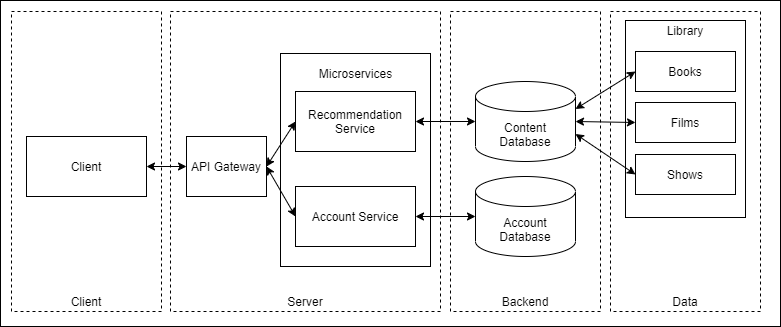
JotaFilip/cn-g keeps this draw.io diagram as app/api/report/images/CloudNativeAppArchitectureV1.png. Above is the earlier version. Source tidied: cells renumbered, new cells last; positions are measured from the earlier drawing's top-left corner, leaving out a move shared by most shapes.
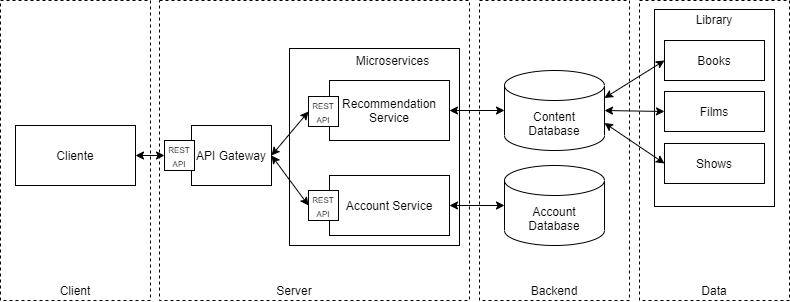
The same diagram one commit later.

Diff of the diagram source:
```diff
@@ -2,98 +2,101 @@
   <root>
     <mxCell id="0" />
     <mxCell id="1" parent="0" />
-    <mxCell id="2" style="group;" parent="1" vertex="1">
-      <mxGeometry width="780" height="326" as="geometry" />
-    </mxCell>
-    <mxCell id="3" style="rounded=0;whiteSpace=wrap;html=1;" parent="2" vertex="1">
-      <mxGeometry width="780" height="326" as="geometry" />
-    </mxCell>
-    <mxCell id="4" style="rounded=0;whiteSpace=wrap;html=1;dashed=1;fillColor=none;" parent="2" vertex="1">
-      <mxGeometry x="11" y="11" width="150" height="300" as="geometry" />
+    <mxCell id="4" style="rounded=0;whiteSpace=wrap;html=1;dashed=1;fillColor=none;" parent="1" vertex="1">
+      <mxGeometry x="-3" y="11" width="150" height="300" as="geometry" />
     </mxCell>
-    <mxCell id="5" style="rounded=0;whiteSpace=wrap;html=1;dashed=1;fillColor=none;" parent="2" vertex="1">
-      <mxGeometry x="170" y="11" width="270" height="300" as="geometry" />
+    <mxCell id="5" style="rounded=0;whiteSpace=wrap;html=1;dashed=1;fillColor=none;" parent="1" vertex="1">
+      <mxGeometry x="156" y="11" width="310" height="300" as="geometry" />
     </mxCell>
-    <mxCell id="6" style="rounded=0;whiteSpace=wrap;html=1;dashed=1;fillColor=none;" parent="2" vertex="1">
-      <mxGeometry x="610" y="11" width="150" height="300" as="geometry" />
+    <mxCell id="6" style="rounded=0;whiteSpace=wrap;html=1;dashed=1;fillColor=none;" parent="1" vertex="1">
+      <mxGeometry x="636" y="11" width="150" height="300" as="geometry" />
     </mxCell>
-    <mxCell id="7" style="rounded=0;whiteSpace=wrap;html=1;dashed=1;fillColor=none;" parent="2" vertex="1">
-      <mxGeometry x="450" y="11" width="150" height="300" as="geometry" />
+    <mxCell id="7" style="rounded=0;whiteSpace=wrap;html=1;dashed=1;fillColor=none;" parent="1" vertex="1">
+      <mxGeometry x="476" y="11" width="150" height="300" as="geometry" />
     </mxCell>
-    <mxCell id="8" value="Client" style="rounded=0;whiteSpace=wrap;html=1;" parent="2" vertex="1">
-      <mxGeometry x="26" y="136" width="120" height="60" as="geometry" />
+    <mxCell id="8" value="Cliente" style="rounded=0;whiteSpace=wrap;html=1;" parent="1" vertex="1">
+      <mxGeometry x="12" y="136" width="120" height="60" as="geometry" />
     </mxCell>
-    <mxCell id="9" value="API Gateway" style="rounded=0;whiteSpace=wrap;html=1;" parent="2" vertex="1">
-      <mxGeometry x="186" y="136" width="80" height="60" as="geometry" />
+    <mxCell id="9" value="API Gateway" style="rounded=0;whiteSpace=wrap;html=1;" parent="1" vertex="1">
+      <mxGeometry x="188" y="136" width="80" height="60" as="geometry" />
     </mxCell>
-    <mxCell id="10" value="Content&lt;br&gt;Database" style="shape=cylinder3;whiteSpace=wrap;html=1;boundedLbl=1;backgroundOutline=1;size=15;" parent="2" vertex="1">
-      <mxGeometry x="475" y="81" width="100" height="80" as="geometry" />
+    <mxCell id="10" value="Content&lt;br&gt;Database" style="shape=cylinder3;whiteSpace=wrap;html=1;boundedLbl=1;backgroundOutline=1;size=15;" parent="1" vertex="1">
+      <mxGeometry x="501" y="81" width="100" height="80" as="geometry" />
     </mxCell>
-    <mxCell id="11" value="Backend" style="text;html=1;strokeColor=none;fillColor=none;align=center;verticalAlign=middle;whiteSpace=wrap;rounded=0;dashed=1;" parent="2" vertex="1">
-      <mxGeometry x="505" y="291" width="40" height="20" as="geometry" />
+    <mxCell id="11" value="Backend" style="text;html=1;strokeColor=none;fillColor=none;align=center;verticalAlign=middle;whiteSpace=wrap;rounded=0;dashed=1;" parent="1" vertex="1">
+      <mxGeometry x="531" y="291" width="40" height="20" as="geometry" />
     </mxCell>
-    <mxCell id="12" style="rounded=0;whiteSpace=wrap;html=1;fillColor=none;" parent="2" vertex="1">
-      <mxGeometry x="625" y="20" width="120" height="197" as="geometry" />
+    <mxCell id="12" style="rounded=0;whiteSpace=wrap;html=1;fillColor=none;" parent="1" vertex="1">
+      <mxGeometry x="651" y="20" width="120" height="197" as="geometry" />
     </mxCell>
-    <mxCell id="13" value="Data" style="text;html=1;strokeColor=none;fillColor=none;align=center;verticalAlign=middle;whiteSpace=wrap;rounded=0;dashed=1;" parent="2" vertex="1">
-      <mxGeometry x="665" y="291" width="40" height="20" as="geometry" />
+    <mxCell id="13" value="Data" style="text;html=1;strokeColor=none;fillColor=none;align=center;verticalAlign=middle;whiteSpace=wrap;rounded=0;dashed=1;" parent="1" vertex="1">
+      <mxGeometry x="691" y="291" width="40" height="20" as="geometry" />
     </mxCell>
-    <mxCell id="14" value="Library" style="text;html=1;strokeColor=none;fillColor=none;align=center;verticalAlign=middle;whiteSpace=wrap;rounded=0;" parent="2" vertex="1">
-      <mxGeometry x="665" y="20" width="40" height="20" as="geometry" />
+    <mxCell id="14" value="Library" style="text;html=1;strokeColor=none;fillColor=none;align=center;verticalAlign=middle;whiteSpace=wrap;rounded=0;" parent="1" vertex="1">
+      <mxGeometry x="691" y="20" width="40" height="20" as="geometry" />
     </mxCell>
-    <mxCell id="15" value="Books" style="rounded=0;whiteSpace=wrap;html=1;fillColor=none;" parent="2" vertex="1">
-      <mxGeometry x="635" y="51" width="100" height="40" as="geometry" />
+    <mxCell id="15" value="Books" style="rounded=0;whiteSpace=wrap;html=1;fillColor=none;" parent="1" vertex="1">
+      <mxGeometry x="661" y="51" width="100" height="40" as="geometry" />
     </mxCell>
-    <mxCell id="16" value="Films" style="rounded=0;whiteSpace=wrap;html=1;fillColor=none;" parent="2" vertex="1">
-      <mxGeometry x="635" y="102" width="100" height="40" as="geometry" />
+    <mxCell id="16" value="Films" style="rounded=0;whiteSpace=wrap;html=1;fillColor=none;" parent="1" vertex="1">
+      <mxGeometry x="661" y="102" width="100" height="40" as="geometry" />
     </mxCell>
-    <mxCell id="17" value="Shows" style="rounded=0;whiteSpace=wrap;html=1;fillColor=none;" parent="2" vertex="1">
-      <mxGeometry x="635" y="154" width="100" height="40" as="geometry" />
+    <mxCell id="17" value="Shows" style="rounded=0;whiteSpace=wrap;html=1;fillColor=none;" parent="1" vertex="1">
+      <mxGeometry x="661" y="154" width="100" height="40" as="geometry" />
     </mxCell>
-    <mxCell id="18" value="Account&lt;br&gt;Database" style="shape=cylinder3;whiteSpace=wrap;html=1;boundedLbl=1;backgroundOutline=1;size=15;" parent="2" vertex="1">
-      <mxGeometry x="475" y="176" width="100" height="80" as="geometry" />
+    <mxCell id="18" value="Account&lt;br&gt;Database" style="shape=cylinder3;whiteSpace=wrap;html=1;boundedLbl=1;backgroundOutline=1;size=15;" parent="1" vertex="1">
+      <mxGeometry x="501" y="176" width="100" height="80" as="geometry" />
     </mxCell>
-    <mxCell id="19" style="rounded=0;whiteSpace=wrap;html=1;fillColor=none;" parent="2" vertex="1">
-      <mxGeometry x="280" y="53" width="150" height="213" as="geometry" />
-    </mxCell>
-    <mxCell id="20" value="Microservices" style="text;html=1;strokeColor=none;fillColor=none;align=center;verticalAlign=middle;whiteSpace=wrap;rounded=0;" parent="2" vertex="1">
-      <mxGeometry x="307.5" y="63" width="95" height="20" as="geometry" />
+    <mxCell id="20" value="Microservices" style="text;html=1;strokeColor=none;fillColor=none;align=center;verticalAlign=middle;whiteSpace=wrap;rounded=0;" parent="1" vertex="1">
+      <mxGeometry x="342" y="61" width="95" height="20" as="geometry" />
     </mxCell>
-    <mxCell id="21" value="Recommendation Service" style="rounded=0;whiteSpace=wrap;html=1;fillColor=none;" parent="2" vertex="1">
-      <mxGeometry x="295" y="91" width="120" height="60" as="geometry" />
+    <mxCell id="21" value="Recommendation Service" style="rounded=0;whiteSpace=wrap;html=1;fillColor=none;" parent="1" vertex="1">
+      <mxGeometry x="326" y="91" width="120" height="60" as="geometry" />
     </mxCell>
-    <mxCell id="22" value="Account Service" style="rounded=0;whiteSpace=wrap;html=1;fillColor=none;" parent="2" vertex="1">
-      <mxGeometry x="295" y="186" width="120" height="60" as="geometry" />
+    <mxCell id="22" value="Account Service" style="rounded=0;whiteSpace=wrap;html=1;fillColor=none;" parent="1" vertex="1">
+      <mxGeometry x="326" y="186" width="120" height="60" as="geometry" />
     </mxCell>
-    <mxCell id="23" style="endArrow=classic;startArrow=classic;html=1;entryX=0;entryY=0.5;entryDx=0;entryDy=0;entryPerimeter=0;exitX=1;exitY=0.5;exitDx=0;exitDy=0;" parent="2" edge="1" source="21" target="10">
+    <mxCell id="23" style="endArrow=classic;startArrow=classic;html=1;entryX=0;entryY=0.5;entryDx=0;entryDy=0;entryPerimeter=0;exitX=1;exitY=0.5;exitDx=0;exitDy=0;" parent="1" edge="1" source="21" target="10">
       <mxGeometry relative="1" as="geometry" />
     </mxCell>
-    <mxCell id="24" style="endArrow=classic;startArrow=classic;html=1;exitX=1;exitY=0.5;exitDx=0;exitDy=0;entryX=0;entryY=0.5;entryDx=0;entryDy=0;entryPerimeter=0;" parent="2" edge="1" source="22" target="18">
+    <mxCell id="24" style="endArrow=classic;startArrow=classic;html=1;exitX=1;exitY=0.5;exitDx=0;exitDy=0;entryX=0;entryY=0.5;entryDx=0;entryDy=0;entryPerimeter=0;" parent="1" edge="1" source="22" target="18">
       <mxGeometry relative="1" as="geometry" />
     </mxCell>
-    <mxCell id="25" style="endArrow=classic;startArrow=classic;html=1;exitX=1;exitY=0.5;exitDx=0;exitDy=0;entryX=0;entryY=0.5;entryDx=0;entryDy=0;" parent="2" edge="1" source="8" target="9">
+    <mxCell id="25" style="endArrow=classic;startArrow=classic;html=1;exitX=1;exitY=0.5;exitDx=0;exitDy=0;entryX=0;entryY=0.5;entryDx=0;entryDy=0;" parent="1" edge="1" source="8" target="35">
       <mxGeometry relative="1" as="geometry" />
     </mxCell>
-    <mxCell id="26" style="endArrow=classic;startArrow=classic;html=1;exitX=1;exitY=0.5;exitDx=0;exitDy=0;entryX=0;entryY=0.5;entryDx=0;entryDy=0;" parent="2" edge="1" source="9" target="21">
+    <mxCell id="26" style="endArrow=classic;startArrow=classic;html=1;exitX=1;exitY=0.5;exitDx=0;exitDy=0;entryX=0;entryY=0.5;entryDx=0;entryDy=0;" parent="1" edge="1" source="9" target="33">
       <mxGeometry relative="1" as="geometry" />
     </mxCell>
-    <mxCell id="27" style="endArrow=classic;startArrow=classic;html=1;exitX=1;exitY=0.5;exitDx=0;exitDy=0;entryX=0;entryY=0.5;entryDx=0;entryDy=0;" parent="2" edge="1" source="9" target="22">
+    <mxCell id="27" style="endArrow=classic;startArrow=classic;html=1;exitX=1;exitY=0.5;exitDx=0;exitDy=0;entryX=0;entryY=0.5;entryDx=0;entryDy=0;" parent="1" edge="1" source="9" target="34">
       <mxGeometry relative="1" as="geometry" />
     </mxCell>
-    <mxCell id="28" value="Client" style="text;html=1;strokeColor=none;fillColor=none;align=center;verticalAlign=middle;whiteSpace=wrap;rounded=0;" parent="2" vertex="1">
-      <mxGeometry x="66" y="291" width="40" height="20" as="geometry" />
+    <mxCell id="28" value="Client" style="text;html=1;strokeColor=none;fillColor=none;align=center;verticalAlign=middle;whiteSpace=wrap;rounded=0;" parent="1" vertex="1">
+      <mxGeometry x="52" y="291" width="40" height="20" as="geometry" />
     </mxCell>
-    <mxCell id="29" value="Server" style="text;html=1;strokeColor=none;fillColor=none;align=center;verticalAlign=middle;whiteSpace=wrap;rounded=0;" parent="2" vertex="1">
-      <mxGeometry x="285" y="291" width="40" height="20" as="geometry" />
+    <mxCell id="29" value="Server" style="text;html=1;strokeColor=none;fillColor=none;align=center;verticalAlign=middle;whiteSpace=wrap;rounded=0;" parent="1" vertex="1">
+      <mxGeometry x="271" y="291" width="40" height="20" as="geometry" />
     </mxCell>
-    <mxCell id="30" style="endArrow=classic;startArrow=classic;html=1;exitX=1;exitY=0;exitDx=0;exitDy=27.5;exitPerimeter=0;entryX=0;entryY=0.5;entryDx=0;entryDy=0;" parent="2" edge="1" source="10" target="15">
+    <mxCell id="30" style="endArrow=classic;startArrow=classic;html=1;exitX=1;exitY=0;exitDx=0;exitDy=27.5;exitPerimeter=0;entryX=0;entryY=0.5;entryDx=0;entryDy=0;" parent="1" edge="1" source="10" target="15">
       <mxGeometry relative="1" as="geometry" />
     </mxCell>
-    <mxCell id="31" style="endArrow=classic;startArrow=classic;html=1;exitX=1;exitY=0.5;exitDx=0;exitDy=0;exitPerimeter=0;entryX=0;entryY=0.5;entryDx=0;entryDy=0;" parent="2" edge="1" source="10" target="16">
+    <mxCell id="31" style="endArrow=classic;startArrow=classic;html=1;exitX=1;exitY=0.5;exitDx=0;exitDy=0;exitPerimeter=0;entryX=0;entryY=0.5;entryDx=0;entryDy=0;" parent="1" edge="1" source="10" target="16">
       <mxGeometry relative="1" as="geometry" />
     </mxCell>
-    <mxCell id="32" style="endArrow=classic;startArrow=classic;html=1;exitX=1;exitY=0;exitDx=0;exitDy=52.5;exitPerimeter=0;entryX=0;entryY=0.5;entryDx=0;entryDy=0;" parent="2" edge="1" source="10" target="17">
+    <mxCell id="32" style="endArrow=classic;startArrow=classic;html=1;exitX=1;exitY=0;exitDx=0;exitDy=52.5;exitPerimeter=0;entryX=0;entryY=0.5;entryDx=0;entryDy=0;" parent="1" edge="1" source="10" target="17">
       <mxGeometry relative="1" as="geometry" />
     </mxCell>
+    <mxCell id="33" value="&lt;font style=&quot;font-size: 8px&quot;&gt;REST API&lt;/font&gt;" style="whiteSpace=wrap;html=1;" parent="1" vertex="1">
+      <mxGeometry x="305" y="107" width="30" height="30" as="geometry" />
+    </mxCell>
+    <mxCell id="34" value="&lt;font style=&quot;font-size: 8px&quot;&gt;REST API&lt;/font&gt;" style="whiteSpace=wrap;html=1;" parent="1" vertex="1">
+      <mxGeometry x="305" y="201" width="30" height="30" as="geometry" />
+    </mxCell>
+    <mxCell id="35" value="&lt;font style=&quot;font-size: 8px&quot;&gt;REST API&lt;/font&gt;" style="whiteSpace=wrap;html=1;" parent="1" vertex="1">
+      <mxGeometry x="161" y="151" width="30" height="30" as="geometry" />
+    </mxCell>
+    <mxCell id="36" style="rounded=0;whiteSpace=wrap;html=1;fillColor=none;" parent="1" vertex="1">
+      <mxGeometry x="286" y="59" width="170" height="197" as="geometry" />
+    </mxCell>
   </root>
 </mxGraphModel>
```
